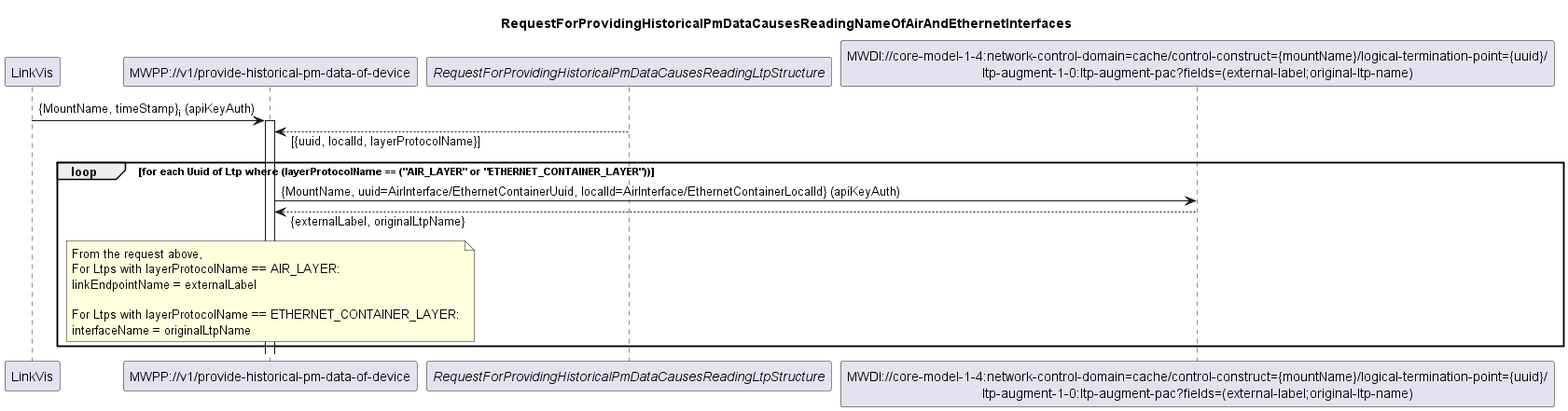
Earlier version of the PlantUML export spec/diagrams/001_ReadingNameOfAirAndEthernetInterfaces.png (openBackhaul/MicroWavePerformanceProxy).
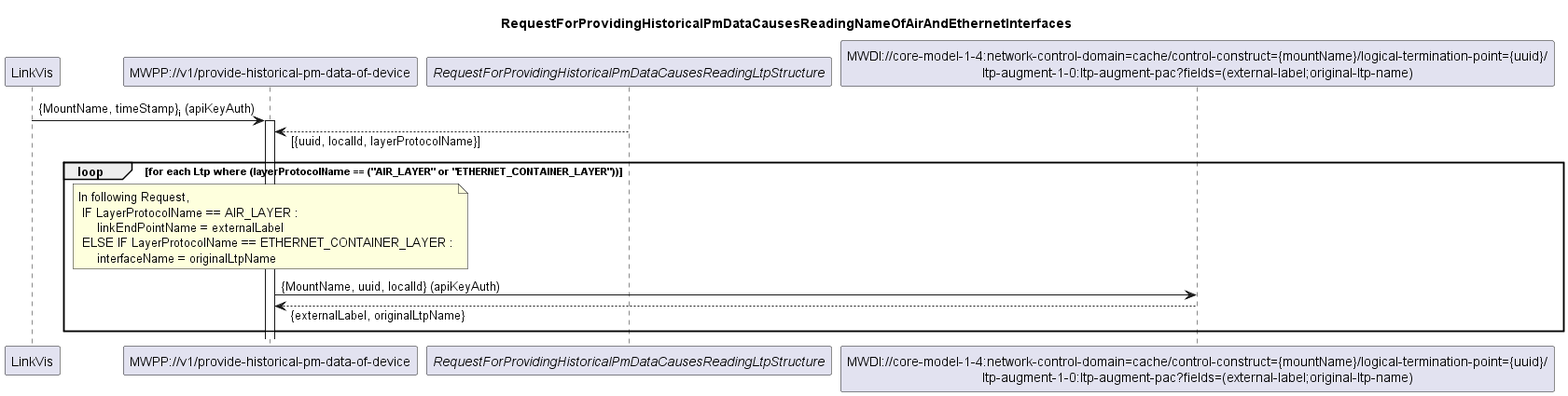
After the commit.

The edit, as a diff of the source:
```diff
@@ -14,19 +14,20 @@
 activate MWPP
 LTPs --> MWPP: [{uuid, localId, layerProtocolName}]
 
-loop for each Uuid of Ltp where (layerProtocolName == ("AIR_LAYER" or "ETHERNET_CONTAINER_LAYER"))
+loop for each Ltp where (layerProtocolName == ("AIR_LAYER" or "ETHERNET_CONTAINER_LAYER"))
 
-    MWPP -> LtpDesignation:{MountName, uuid=AirInterface/EthernetContainerUuid, localId=AirInterface/EthernetContainerLocalId} (apiKeyAuth)
+
+    note over MWPP
+    In following Request,
+	    IF LayerProtocolName == AIR_LAYER :
+	        linkEndPointName = externalLabel
+	    ELSE IF LayerProtocolName == ETHERNET_CONTAINER_LAYER :
+	        interfaceName = originalLtpName
+	end note
+
+    MWPP -> LtpDesignation:{MountName, uuid, localId} (apiKeyAuth)
     LtpDesignation --> MWPP: {externalLabel, originalLtpName}
 
-    note over MWPP
-    From the request above,
-    For Ltps with layerProtocolName == AIR_LAYER:
-    linkEndpointName = externalLabel
-
-    For Ltps with layerProtocolName == ETHERNET_CONTAINER_LAYER:
-    interfaceName = originalLtpName
-    end note
 end
 
 @enduml
```
